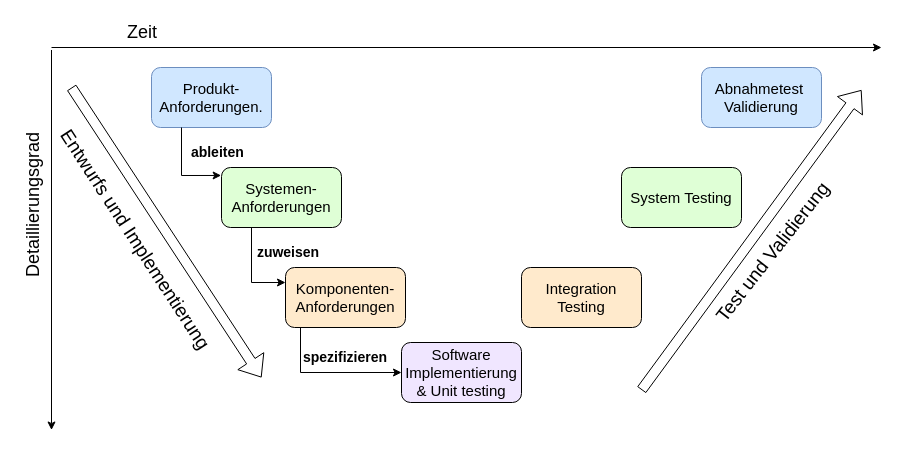
Earlier version of the draw.io diagram debugging_von_embedded_softwar_in_der_praxis/Figuren/V_modell.drawio (lparolin/presentation). Source tidied: cells renumbered, new cells numbered last; positions are measured from the earlier drawing's top-left corner, leaving out a move shared by most shapes. Both pictures are drawn from the tidied source at 100%, with x=0, y=0 at pixel (-59, 17).
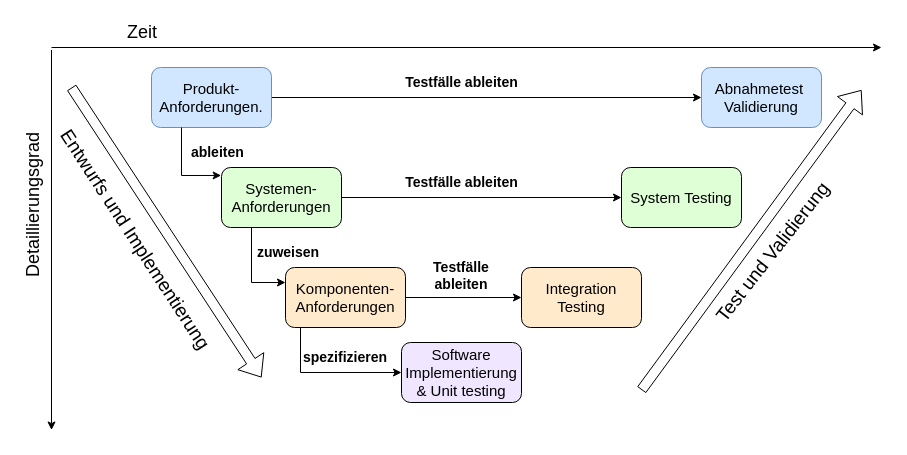
Above is the later version.

Unchanged cells that the change refers to:
```xml
<mxCell id="2" value="Produkt-Anforderungen." style="rounded=1;whiteSpace=wrap;html=1;fontSize=15;fillColor=#D0E7FF;strokeColor=#6c8ebf;" parent="1" vertex="1">
  <mxGeometry x="210" y="50" width="120" height="60" as="geometry" />
</mxCell>
<mxCell id="4" value="Komponenten-Anforderungen" style="rounded=1;whiteSpace=wrap;html=1;fontSize=15;fillColor=#FFEACC;" parent="1" vertex="1">
  <mxGeometry x="344" y="250" width="120" height="60" as="geometry" />
</mxCell>
<mxCell id="6" value="Integration Testing" style="rounded=1;whiteSpace=wrap;html=1;fontSize=15;fillColor=#FFEACC;" parent="1" vertex="1">
  <mxGeometry x="580" y="250" width="120" height="60" as="geometry" />
</mxCell>
<mxCell id="7" value="System Testing" style="rounded=1;whiteSpace=wrap;html=1;fontSize=15;fillColor=#DFFFD6;strokeColor=#000000;" parent="1" vertex="1">
  <mxGeometry x="680" y="150" width="120" height="60" as="geometry" />
</mxCell>
<mxCell id="8" value="&lt;p&gt;Abnahmetest&amp;nbsp; Validierung&lt;/p&gt;" style="rounded=1;whiteSpace=wrap;html=1;fontSize=15;fillColor=#D0E7FF;strokeColor=#6c8ebf;" parent="1" vertex="1">
  <mxGeometry x="760" y="50" width="120" height="60" as="geometry" />
</mxCell>
<mxCell id="9" value="Systemen-Anforderungen" style="rounded=1;whiteSpace=wrap;html=1;fontSize=15;fillColor=#DFFFD6;strokeColor=#000000;" parent="1" vertex="1">
  <mxGeometry x="280" y="150" width="120" height="60" as="geometry" />
</mxCell>
```

What changed in the source:
```diff
@@
+    <mxCell id="23" style="edgeStyle=orthogonalEdgeStyle;rounded=0;jettySize=auto;html=1;exitX=1;exitY=0.5;exitDx=0;exitDy=0;entryX=0;entryY=0.5;entryDx=0;entryDy=0;" parent="1" edge="1" source="2" target="8">
+      <mxGeometry relative="1" as="geometry" />
+    </mxCell>
@@
+    <mxCell id="24" style="edgeStyle=orthogonalEdgeStyle;rounded=0;jettySize=auto;html=1;entryX=0;entryY=0.5;entryDx=0;entryDy=0;" parent="1" edge="1" source="9" target="7">
+      <mxGeometry relative="1" as="geometry" />
+    </mxCell>
+    <mxCell id="25" value="&lt;font style=&quot;font-size: 14px;&quot;&gt;Testfälle ableiten&lt;/font&gt;" style="text;html=1;whiteSpace=wrap;strokeColor=none;fillColor=none;align=center;verticalAlign=middle;rounded=0;rotation=0;fontStyle=1;" parent="1" vertex="1">
+      <mxGeometry x="445.5" y="50" width="149" height="30" as="geometry" />
+    </mxCell>
+    <mxCell id="26" value="&lt;font style=&quot;font-size: 14px;&quot;&gt;Testfälle ableiten&lt;/font&gt;" style="text;html=1;whiteSpace=wrap;strokeColor=none;fillColor=none;align=center;verticalAlign=middle;rounded=0;rotation=0;fontStyle=1;" parent="1" vertex="1">
+      <mxGeometry x="445.5" y="150" width="149" height="30" as="geometry" />
+    </mxCell>
+    <mxCell id="27" style="edgeStyle=orthogonalEdgeStyle;rounded=0;jettySize=auto;html=1;entryX=0;entryY=0.5;entryDx=0;entryDy=0;" parent="1" edge="1" source="4" target="6">
+      <mxGeometry relative="1" as="geometry" />
+    </mxCell>
+    <mxCell id="28" value="&lt;font style=&quot;font-size: 14px;&quot;&gt;Testfälle ableiten&lt;/font&gt;" style="text;html=1;whiteSpace=wrap;strokeColor=none;fillColor=none;align=center;verticalAlign=middle;rounded=0;rotation=0;fontStyle=1;" parent="1" vertex="1">
+      <mxGeometry x="470" y="242.5" width="100" height="30" as="geometry" />
+    </mxCell>
```
